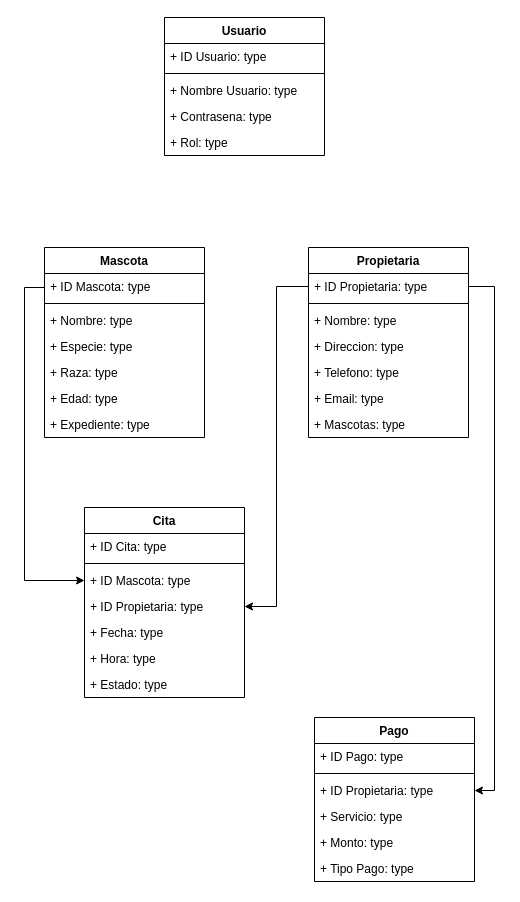
Above: Diagrama sin título.drawio in NixieNixi/diagramaClases (draw.io), before the change. Source tidied: cells renumbered, new cells numbered last; positions are measured from the earlier drawing's top-left corner, leaving out a move shared by most shapes. Both pictures are drawn from the tidied source at 100%, with x=0, y=0 at pixel (24, 17).
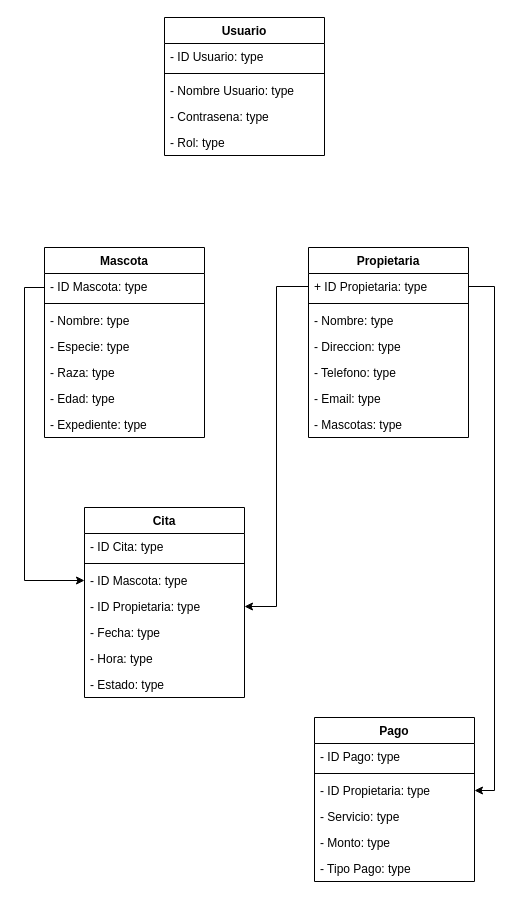
The same diagram, later.

Commit message:
Arreglo de sintaxis de clases

Unchanged cells that the change refers to:
```xml
<mxCell id="2" value="Mascota" style="swimlane;fontStyle=1;align=center;verticalAlign=top;horizontal=1;startSize=26;whiteSpace=wrap;html=1;" parent="1" vertex="1">
  <mxGeometry x="20" y="230" width="160" height="190" as="geometry" />
</mxCell>
<mxCell id="10" value="Propietaria" style="swimlane;fontStyle=1;align=center;verticalAlign=top;horizontal=1;startSize=26;whiteSpace=wrap;html=1;" parent="1" vertex="1">
  <mxGeometry x="284" y="230" width="160" height="190" as="geometry" />
</mxCell>
<mxCell id="18" value="Cita" style="swimlane;fontStyle=1;align=center;verticalAlign=top;horizontal=1;startSize=26;whiteSpace=wrap;html=1;" parent="1" vertex="1">
  <mxGeometry x="60" y="490" width="160" height="190" as="geometry" />
</mxCell>
<mxCell id="28" value="Pago" style="swimlane;fontStyle=1;align=center;verticalAlign=top;horizontal=1;startSize=26;whiteSpace=wrap;html=1;" parent="1" vertex="1">
  <mxGeometry x="290" y="700" width="160" height="164" as="geometry" />
</mxCell>
<mxCell id="36" value="Usuario" style="swimlane;fontStyle=1;align=center;verticalAlign=top;horizontal=1;startSize=26;whiteSpace=wrap;html=1;" parent="1" vertex="1">
  <mxGeometry x="140" width="160" height="138" as="geometry" />
</mxCell>
```

Diff of the diagram source:
```diff
@@
-    <mxCell id="3" value="+ ID Mascota: type" style="text;strokeColor=none;fillColor=none;align=left;verticalAlign=top;spacingLeft=4;spacingRight=4;overflow=hidden;whiteSpace=wrap;html=1;" parent="2" vertex="1">
+    <mxCell id="3" value="- ID Mascota: type" style="text;strokeColor=none;fillColor=none;align=left;verticalAlign=top;spacingLeft=4;spacingRight=4;overflow=hidden;whiteSpace=wrap;html=1;" parent="2" vertex="1">
       <mxGeometry y="26" width="160" height="26" as="geometry" />
     </mxCell>
@@
-    <mxCell id="5" value="+ Nombre: type" style="text;strokeColor=none;fillColor=none;align=left;verticalAlign=top;spacingLeft=4;spacingRight=4;overflow=hidden;points=[[0,0.5],[1,0.5]];portConstraint=eastwest;whiteSpace=wrap;html=1;" parent="2" vertex="1">
+    <mxCell id="5" value="- Nombre: type" style="text;strokeColor=none;fillColor=none;align=left;verticalAlign=top;spacingLeft=4;spacingRight=4;overflow=hidden;points=[[0,0.5],[1,0.5]];portConstraint=eastwest;whiteSpace=wrap;html=1;" parent="2" vertex="1">
       <mxGeometry y="60" width="160" height="26" as="geometry" />
     </mxCell>
-    <mxCell id="6" value="+ Especie: type" style="text;strokeColor=none;fillColor=none;align=left;verticalAlign=top;spacingLeft=4;spacingRight=4;overflow=hidden;whiteSpace=wrap;html=1;" parent="2" vertex="1">
+    <mxCell id="6" value="- Especie: type" style="text;strokeColor=none;fillColor=none;align=left;verticalAlign=top;spacingLeft=4;spacingRight=4;overflow=hidden;whiteSpace=wrap;html=1;" parent="2" vertex="1">
       <mxGeometry y="86" width="160" height="26" as="geometry" />
     </mxCell>
-    <mxCell id="7" value="+ Raza: type" style="text;strokeColor=none;fillColor=none;align=left;verticalAlign=top;spacingLeft=4;spacingRight=4;overflow=hidden;whiteSpace=wrap;html=1;" parent="2" vertex="1">
+    <mxCell id="7" value="- Raza: type" style="text;strokeColor=none;fillColor=none;align=left;verticalAlign=top;spacingLeft=4;spacingRight=4;overflow=hidden;whiteSpace=wrap;html=1;" parent="2" vertex="1">
       <mxGeometry y="112" width="160" height="26" as="geometry" />
     </mxCell>
-    <mxCell id="8" value="+ Edad: type" style="text;strokeColor=none;fillColor=none;align=left;verticalAlign=top;spacingLeft=4;spacingRight=4;overflow=hidden;whiteSpace=wrap;html=1;" parent="2" vertex="1">
+    <mxCell id="8" value="- Edad: type" style="text;strokeColor=none;fillColor=none;align=left;verticalAlign=top;spacingLeft=4;spacingRight=4;overflow=hidden;whiteSpace=wrap;html=1;" parent="2" vertex="1">
       <mxGeometry y="138" width="160" height="26" as="geometry" />
     </mxCell>
-    <mxCell id="9" value="+ Expediente: type" style="text;strokeColor=none;fillColor=none;align=left;verticalAlign=top;spacingLeft=4;spacingRight=4;overflow=hidden;whiteSpace=wrap;html=1;" parent="2" vertex="1">
+    <mxCell id="9" value="- Expediente: type" style="text;strokeColor=none;fillColor=none;align=left;verticalAlign=top;spacingLeft=4;spacingRight=4;overflow=hidden;whiteSpace=wrap;html=1;" parent="2" vertex="1">
       <mxGeometry y="164" width="160" height="26" as="geometry" />
     </mxCell>
@@
-    <mxCell id="13" value="+ Nombre: type" style="text;strokeColor=none;fillColor=none;align=left;verticalAlign=top;spacingLeft=4;spacingRight=4;overflow=hidden;whiteSpace=wrap;html=1;" parent="10" vertex="1">
+    <mxCell id="13" value="- Nombre: type" style="text;strokeColor=none;fillColor=none;align=left;verticalAlign=top;spacingLeft=4;spacingRight=4;overflow=hidden;whiteSpace=wrap;html=1;" parent="10" vertex="1">
       <mxGeometry y="60" width="160" height="26" as="geometry" />
     </mxCell>
-    <mxCell id="14" value="+ Direccion&lt;span style=&quot;background-color: initial;&quot;&gt;: type&lt;/span&gt;" style="text;strokeColor=none;fillColor=none;align=left;verticalAlign=top;spacingLeft=4;spacingRight=4;overflow=hidden;whiteSpace=wrap;html=1;" parent="10" vertex="1">
+    <mxCell id="14" value="- Direccion&lt;span style=&quot;background-color: initial;&quot;&gt;: type&lt;/span&gt;" style="text;strokeColor=none;fillColor=none;align=left;verticalAlign=top;spacingLeft=4;spacingRight=4;overflow=hidden;whiteSpace=wrap;html=1;" parent="10" vertex="1">
       <mxGeometry y="86" width="160" height="26" as="geometry" />
     </mxCell>
-    <mxCell id="15" value="+ Telefono&lt;span style=&quot;background-color: initial;&quot;&gt;: type&lt;/span&gt;" style="text;strokeColor=none;fillColor=none;align=left;verticalAlign=top;spacingLeft=4;spacingRight=4;overflow=hidden;whiteSpace=wrap;html=1;" parent="10" vertex="1">
+    <mxCell id="15" value="- Telefono&lt;span style=&quot;background-color: initial;&quot;&gt;: type&lt;/span&gt;" style="text;strokeColor=none;fillColor=none;align=left;verticalAlign=top;spacingLeft=4;spacingRight=4;overflow=hidden;whiteSpace=wrap;html=1;" parent="10" vertex="1">
       <mxGeometry y="112" width="160" height="26" as="geometry" />
     </mxCell>
-    <mxCell id="16" value="+ Email: type" style="text;strokeColor=none;fillColor=none;align=left;verticalAlign=top;spacingLeft=4;spacingRight=4;overflow=hidden;whiteSpace=wrap;html=1;" parent="10" vertex="1">
+    <mxCell id="16" value="- Email: type" style="text;strokeColor=none;fillColor=none;align=left;verticalAlign=top;spacingLeft=4;spacingRight=4;overflow=hidden;whiteSpace=wrap;html=1;" parent="10" vertex="1">
       <mxGeometry y="138" width="160" height="26" as="geometry" />
     </mxCell>
-    <mxCell id="17" value="+ Mascotas: type" style="text;strokeColor=none;fillColor=none;align=left;verticalAlign=top;spacingLeft=4;spacingRight=4;overflow=hidden;whiteSpace=wrap;html=1;" parent="10" vertex="1">
+    <mxCell id="17" value="- Mascotas: type" style="text;strokeColor=none;fillColor=none;align=left;verticalAlign=top;spacingLeft=4;spacingRight=4;overflow=hidden;whiteSpace=wrap;html=1;" parent="10" vertex="1">
       <mxGeometry y="164" width="160" height="26" as="geometry" />
     </mxCell>
@@
-    <mxCell id="19" value="+ ID Cita: type" style="text;strokeColor=none;fillColor=none;align=left;verticalAlign=top;spacingLeft=4;spacingRight=4;overflow=hidden;whiteSpace=wrap;html=1;" parent="18" vertex="1">
+    <mxCell id="19" value="- ID Cita: type" style="text;strokeColor=none;fillColor=none;align=left;verticalAlign=top;spacingLeft=4;spacingRight=4;overflow=hidden;whiteSpace=wrap;html=1;" parent="18" vertex="1">
       <mxGeometry y="26" width="160" height="26" as="geometry" />
     </mxCell>
@@
-    <mxCell id="21" value="+ ID Mascota: type" style="text;strokeColor=none;fillColor=none;align=left;verticalAlign=top;spacingLeft=4;spacingRight=4;overflow=hidden;points=[[0,0.5],[1,0.5]];portConstraint=eastwest;whiteSpace=wrap;html=1;" parent="18" vertex="1">
+    <mxCell id="21" value="- ID Mascota: type" style="text;strokeColor=none;fillColor=none;align=left;verticalAlign=top;spacingLeft=4;spacingRight=4;overflow=hidden;points=[[0,0.5],[1,0.5]];portConstraint=eastwest;whiteSpace=wrap;html=1;" parent="18" vertex="1">
       <mxGeometry y="60" width="160" height="26" as="geometry" />
     </mxCell>
-    <mxCell id="22" value="+ ID Propietaria&lt;span style=&quot;background-color: initial;&quot;&gt;: type&lt;/span&gt;" style="text;strokeColor=none;fillColor=none;align=left;verticalAlign=top;spacingLeft=4;spacingRight=4;overflow=hidden;points=[[0,0.5],[1,0.5]];portConstraint=eastwest;whiteSpace=wrap;html=1;" parent="18" vertex="1">
+    <mxCell id="22" value="- ID Propietaria&lt;span style=&quot;background-color: initial;&quot;&gt;: type&lt;/span&gt;" style="text;strokeColor=none;fillColor=none;align=left;verticalAlign=top;spacingLeft=4;spacingRight=4;overflow=hidden;points=[[0,0.5],[1,0.5]];portConstraint=eastwest;whiteSpace=wrap;html=1;" parent="18" vertex="1">
       <mxGeometry y="86" width="160" height="26" as="geometry" />
     </mxCell>
-    <mxCell id="23" value="+ Fecha&lt;span style=&quot;background-color: initial;&quot;&gt;: type&lt;/span&gt;" style="text;strokeColor=none;fillColor=none;align=left;verticalAlign=top;spacingLeft=4;spacingRight=4;overflow=hidden;whiteSpace=wrap;html=1;" parent="18" vertex="1">
+    <mxCell id="23" value="- Fecha&lt;span style=&quot;background-color: initial;&quot;&gt;: type&lt;/span&gt;" style="text;strokeColor=none;fillColor=none;align=left;verticalAlign=top;spacingLeft=4;spacingRight=4;overflow=hidden;whiteSpace=wrap;html=1;" parent="18" vertex="1">
       <mxGeometry y="112" width="160" height="26" as="geometry" />
     </mxCell>
-    <mxCell id="24" value="+ Hora: type" style="text;strokeColor=none;fillColor=none;align=left;verticalAlign=top;spacingLeft=4;spacingRight=4;overflow=hidden;whiteSpace=wrap;html=1;" parent="18" vertex="1">
+    <mxCell id="24" value="- Hora: type" style="text;strokeColor=none;fillColor=none;align=left;verticalAlign=top;spacingLeft=4;spacingRight=4;overflow=hidden;whiteSpace=wrap;html=1;" parent="18" vertex="1">
       <mxGeometry y="138" width="160" height="26" as="geometry" />
     </mxCell>
-    <mxCell id="25" value="+ Estado: type" style="text;strokeColor=none;fillColor=none;align=left;verticalAlign=top;spacingLeft=4;spacingRight=4;overflow=hidden;whiteSpace=wrap;html=1;" parent="18" vertex="1">
+    <mxCell id="25" value="- Estado: type" style="text;strokeColor=none;fillColor=none;align=left;verticalAlign=top;spacingLeft=4;spacingRight=4;overflow=hidden;whiteSpace=wrap;html=1;" parent="18" vertex="1">
       <mxGeometry y="164" width="160" height="26" as="geometry" />
     </mxCell>
@@
-    <mxCell id="29" value="+ ID Pago: type" style="text;strokeColor=none;fillColor=none;align=left;verticalAlign=top;spacingLeft=4;spacingRight=4;overflow=hidden;whiteSpace=wrap;html=1;" parent="28" vertex="1">
+    <mxCell id="29" value="- ID Pago: type" style="text;strokeColor=none;fillColor=none;align=left;verticalAlign=top;spacingLeft=4;spacingRight=4;overflow=hidden;whiteSpace=wrap;html=1;" parent="28" vertex="1">
       <mxGeometry y="26" width="160" height="26" as="geometry" />
     </mxCell>
@@
-    <mxCell id="31" value="+ ID Propietaria: type" style="text;strokeColor=none;fillColor=none;align=left;verticalAlign=top;spacingLeft=4;spacingRight=4;overflow=hidden;points=[[0,0.5],[1,0.5]];portConstraint=eastwest;whiteSpace=wrap;html=1;" parent="28" vertex="1">
+    <mxCell id="31" value="- ID Propietaria: type" style="text;strokeColor=none;fillColor=none;align=left;verticalAlign=top;spacingLeft=4;spacingRight=4;overflow=hidden;points=[[0,0.5],[1,0.5]];portConstraint=eastwest;whiteSpace=wrap;html=1;" parent="28" vertex="1">
       <mxGeometry y="60" width="160" height="26" as="geometry" />
     </mxCell>
-    <mxCell id="32" value="+ Servicio&lt;span style=&quot;background-color: initial;&quot;&gt;: type&lt;/span&gt;" style="text;strokeColor=none;fillColor=none;align=left;verticalAlign=top;spacingLeft=4;spacingRight=4;overflow=hidden;whiteSpace=wrap;html=1;" parent="28" vertex="1">
+    <mxCell id="32" value="- Servicio&lt;span style=&quot;background-color: initial;&quot;&gt;: type&lt;/span&gt;" style="text;strokeColor=none;fillColor=none;align=left;verticalAlign=top;spacingLeft=4;spacingRight=4;overflow=hidden;whiteSpace=wrap;html=1;" parent="28" vertex="1">
       <mxGeometry y="86" width="160" height="26" as="geometry" />
     </mxCell>
-    <mxCell id="33" value="+ Monto&lt;span style=&quot;background-color: initial;&quot;&gt;: type&lt;/span&gt;" style="text;strokeColor=none;fillColor=none;align=left;verticalAlign=top;spacingLeft=4;spacingRight=4;overflow=hidden;whiteSpace=wrap;html=1;" parent="28" vertex="1">
+    <mxCell id="33" value="- Monto&lt;span style=&quot;background-color: initial;&quot;&gt;: type&lt;/span&gt;" style="text;strokeColor=none;fillColor=none;align=left;verticalAlign=top;spacingLeft=4;spacingRight=4;overflow=hidden;whiteSpace=wrap;html=1;" parent="28" vertex="1">
       <mxGeometry y="112" width="160" height="26" as="geometry" />
     </mxCell>
-    <mxCell id="34" value="+ Tipo Pago: type" style="text;strokeColor=none;fillColor=none;align=left;verticalAlign=top;spacingLeft=4;spacingRight=4;overflow=hidden;whiteSpace=wrap;html=1;" parent="28" vertex="1">
+    <mxCell id="34" value="- Tipo Pago: type" style="text;strokeColor=none;fillColor=none;align=left;verticalAlign=top;spacingLeft=4;spacingRight=4;overflow=hidden;whiteSpace=wrap;html=1;" parent="28" vertex="1">
       <mxGeometry y="138" width="160" height="26" as="geometry" />
     </mxCell>
@@
-    <mxCell id="37" value="+ ID Usuario: type" style="text;strokeColor=none;fillColor=none;align=left;verticalAlign=top;spacingLeft=4;spacingRight=4;overflow=hidden;whiteSpace=wrap;html=1;" parent="36" vertex="1">
+    <mxCell id="37" value="- ID Usuario: type" style="text;strokeColor=none;fillColor=none;align=left;verticalAlign=top;spacingLeft=4;spacingRight=4;overflow=hidden;whiteSpace=wrap;html=1;" parent="36" vertex="1">
       <mxGeometry y="26" width="160" height="26" as="geometry" />
     </mxCell>
@@
-    <mxCell id="39" value="+ Nombre Usuario: type" style="text;strokeColor=none;fillColor=none;align=left;verticalAlign=top;spacingLeft=4;spacingRight=4;overflow=hidden;whiteSpace=wrap;html=1;" parent="36" vertex="1">
+    <mxCell id="39" value="- Nombre Usuario: type" style="text;strokeColor=none;fillColor=none;align=left;verticalAlign=top;spacingLeft=4;spacingRight=4;overflow=hidden;whiteSpace=wrap;html=1;" parent="36" vertex="1">
       <mxGeometry y="60" width="160" height="26" as="geometry" />
     </mxCell>
-    <mxCell id="40" value="+ Contrasena&lt;span style=&quot;background-color: initial;&quot;&gt;: type&lt;/span&gt;" style="text;strokeColor=none;fillColor=none;align=left;verticalAlign=top;spacingLeft=4;spacingRight=4;overflow=hidden;whiteSpace=wrap;html=1;" parent="36" vertex="1">
+    <mxCell id="40" value="- Contrasena&lt;span style=&quot;background-color: initial;&quot;&gt;: type&lt;/span&gt;" style="text;strokeColor=none;fillColor=none;align=left;verticalAlign=top;spacingLeft=4;spacingRight=4;overflow=hidden;whiteSpace=wrap;html=1;" parent="36" vertex="1">
       <mxGeometry y="86" width="160" height="26" as="geometry" />
     </mxCell>
-    <mxCell id="41" value="+ Rol: type" style="text;strokeColor=none;fillColor=none;align=left;verticalAlign=top;spacingLeft=4;spacingRight=4;overflow=hidden;whiteSpace=wrap;html=1;" parent="36" vertex="1">
+    <mxCell id="41" value="- Rol: type" style="text;strokeColor=none;fillColor=none;align=left;verticalAlign=top;spacingLeft=4;spacingRight=4;overflow=hidden;whiteSpace=wrap;html=1;" parent="36" vertex="1">
       <mxGeometry y="112" width="160" height="26" as="geometry" />
     </mxCell>
```
